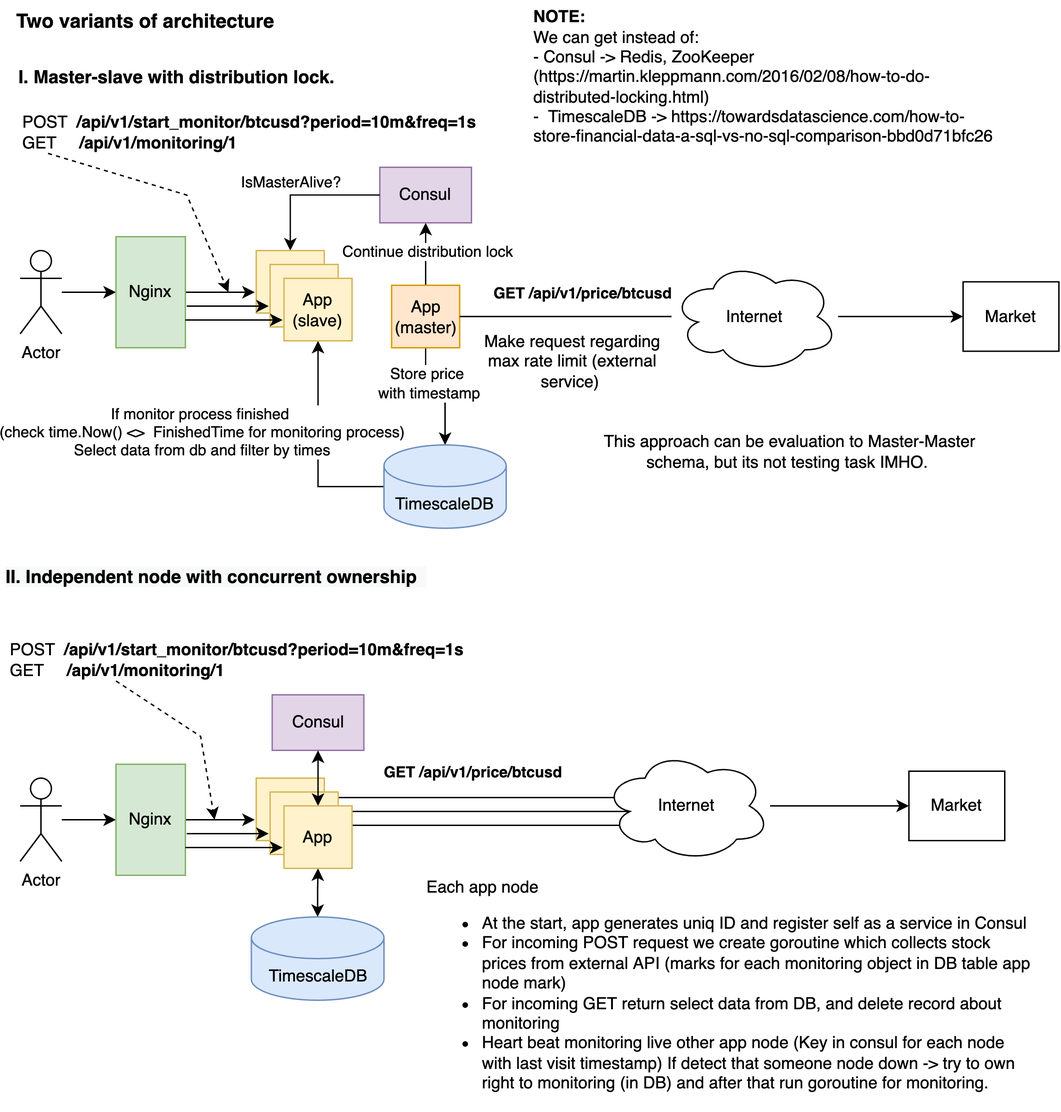
imperiuse/price_monitor keeps this draw.io diagram as .img/main_diagram.png. Above is the earlier version. Source tidied: cells renumbered, new cells last; positions are measured from the earlier drawing's top-left corner, leaving out a move shared by most shapes.
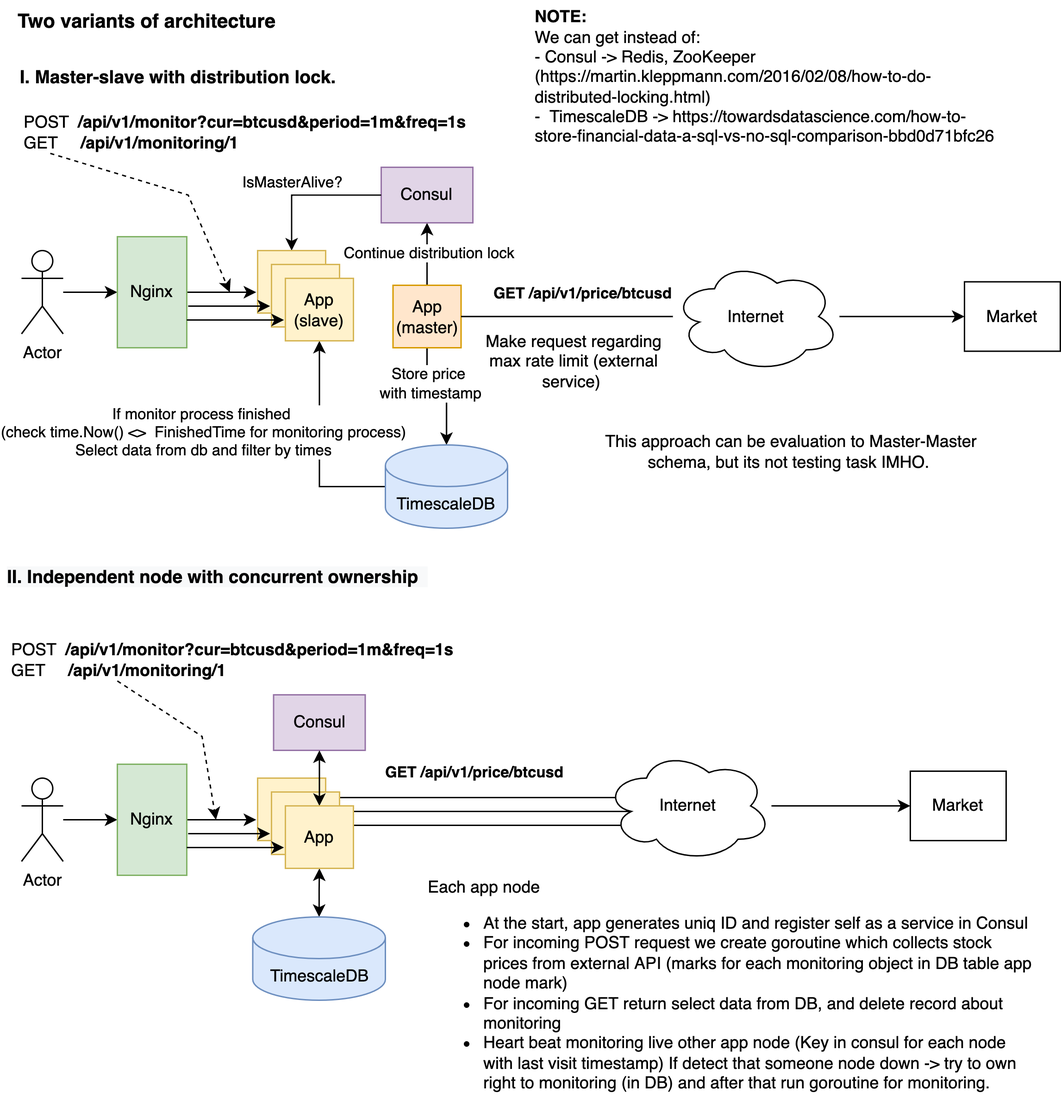
After the change.

Change to the diagram source:
```diff
@@ -76,8 +76,8 @@
     <mxCell id="20" value="Consul" style="rounded=0;whiteSpace=wrap;html=1;fillColor=#e1d5e7;strokeColor=#9673a6;" parent="1" vertex="1">
       <mxGeometry x="271" y="120" width="66" height="40" as="geometry" />
     </mxCell>
-    <mxCell id="21" value="POST&amp;nbsp; &lt;b&gt;/api/v1/start_monitor/btcusd?period=10m&amp;amp;freq=1s&lt;/b&gt;&lt;br&gt;GET&amp;nbsp; &amp;nbsp; &amp;nbsp;&lt;b&gt;/api/v1/monitoring/1&lt;/b&gt;" style="text;html=1;strokeColor=none;fillColor=none;align=left;verticalAlign=middle;whiteSpace=wrap;rounded=0;" parent="1" vertex="1">
-      <mxGeometry x="12" y="80" width="359" height="30" as="geometry" />
+    <mxCell id="21" value="POST&amp;nbsp; &lt;b&gt;/api/v1/monitor?cur=btcusd&amp;amp;period=1m&amp;amp;freq=1s&lt;/b&gt;&lt;br&gt;GET&amp;nbsp; &amp;nbsp; &amp;nbsp;&lt;b&gt;/api/v1/monitoring/1&lt;/b&gt;" style="text;html=1;strokeColor=none;fillColor=none;align=left;verticalAlign=middle;whiteSpace=wrap;rounded=0;" parent="1" vertex="1">
+      <mxGeometry x="12" y="80" width="370" height="30" as="geometry" />
     </mxCell>
     <mxCell id="22" value="&lt;b&gt;&lt;font style=&quot;font-size: 14px;&quot;&gt;Two variants of architecture&lt;/font&gt;&lt;/b&gt;" style="text;html=1;strokeColor=none;fillColor=none;align=center;verticalAlign=middle;whiteSpace=wrap;rounded=0;" parent="1" vertex="1">
       <mxGeometry x="3" width="199" height="30" as="geometry" />
@@ -156,7 +156,7 @@
     <mxCell id="42" value="Consul" style="rounded=0;whiteSpace=wrap;html=1;fillColor=#e1d5e7;strokeColor=#9673a6;" parent="1" vertex="1">
       <mxGeometry x="193.5" y="500" width="66" height="40" as="geometry" />
     </mxCell>
-    <mxCell id="43" value="POST&amp;nbsp; &lt;b&gt;/api/v1/start_monitor/btcusd?period=10m&amp;amp;freq=1s&lt;/b&gt;&lt;br&gt;GET&amp;nbsp; &amp;nbsp; &amp;nbsp;&lt;b&gt;/api/v1/monitoring/1&lt;/b&gt;" style="text;html=1;strokeColor=none;fillColor=none;align=left;verticalAlign=middle;whiteSpace=wrap;rounded=0;" parent="1" vertex="1">
+    <mxCell id="43" value="POST&amp;nbsp;&amp;nbsp;&lt;b&gt;/api/v1/monitor?cur=btcusd&amp;amp;period=1m&amp;amp;freq=1s&lt;/b&gt;&lt;br&gt;GET&amp;nbsp; &amp;nbsp; &amp;nbsp;&lt;b&gt;/api/v1/monitoring/1&lt;/b&gt;" style="text;html=1;strokeColor=none;fillColor=none;align=left;verticalAlign=middle;whiteSpace=wrap;rounded=0;" parent="1" vertex="1">
       <mxGeometry x="3" y="460" width="359" height="30" as="geometry" />
     </mxCell>
     <mxCell id="44" style="rounded=0;whiteSpace=wrap;html=1;fillColor=#fff2cc;strokeColor=#d6b656;" parent="1" vertex="1">
```
